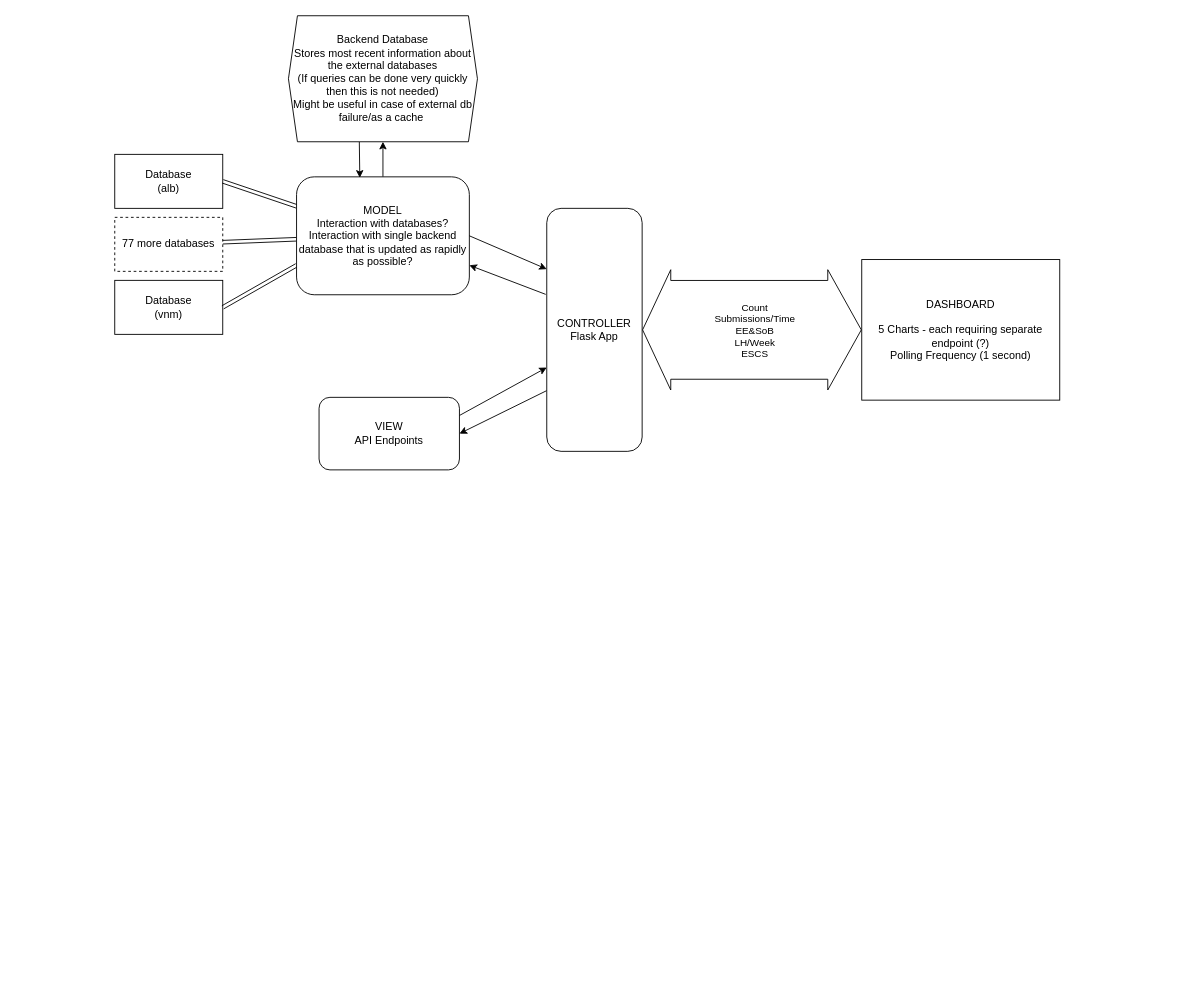
Above: PISA Backend.drawio in PKilgarriff/flask-example (draw.io), before the change. Source tidied: cells renumbered, new cells numbered last; positions are measured from the earlier drawing's top-left corner, leaving out a move shared by most shapes. Both pictures are drawn from the tidied source at 90%, with x=0, y=0 at pixel (114, 15).
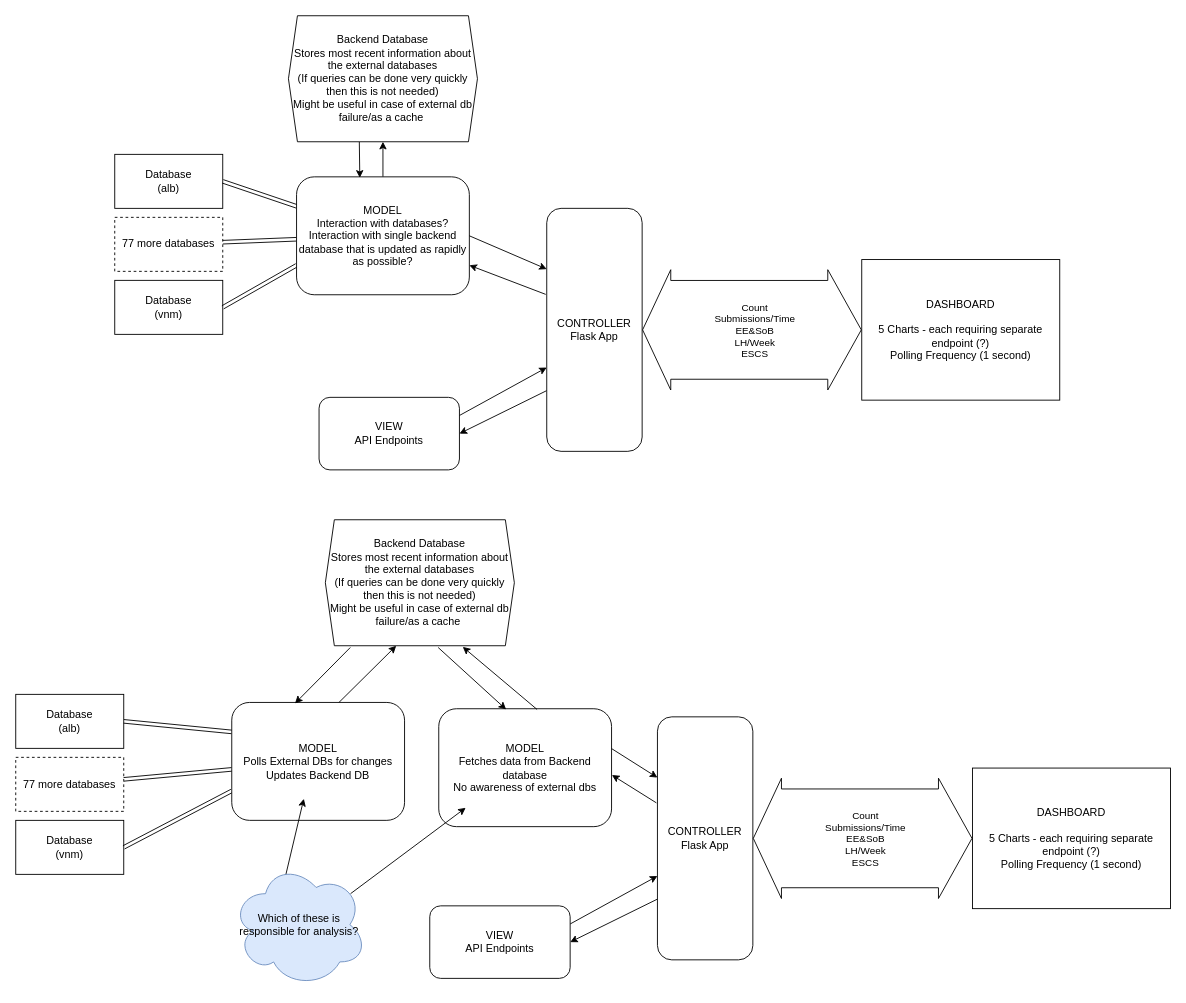
The same page after the edit.

Commit message (it also covers changes not shown here):
Attempt to integrate Jupyter psycopg2 logic

Diff of the diagram source:
```diff
@@
+    <mxCell id="21" value="Database&lt;br&gt;(alb)" style="rounded=0;whiteSpace=wrap;html=1;" parent="1" vertex="1">
+      <mxGeometry x="-110" y="754" width="120" height="60" as="geometry" />
+    </mxCell>
+    <mxCell id="22" value="77 more databases" style="rounded=0;whiteSpace=wrap;html=1;dashed=1;" parent="1" vertex="1">
+      <mxGeometry x="-110" y="824" width="120" height="60" as="geometry" />
+    </mxCell>
+    <mxCell id="23" value="Database&lt;br&gt;(vnm)" style="rounded=0;whiteSpace=wrap;html=1;" parent="1" vertex="1">
+      <mxGeometry x="-110" y="894" width="120" height="60" as="geometry" />
+    </mxCell>
+    <mxCell id="24" style="edgeStyle=none;rounded=0;jettySize=auto;html=1;exitX=1;exitY=0.25;exitDx=0;exitDy=0;entryX=0;entryY=0.655;entryDx=0;entryDy=0;entryPerimeter=0;startArrow=none;startFill=0;" parent="1" edge="1" source="25" target="32">
+      <mxGeometry relative="1" as="geometry" />
+    </mxCell>
+    <mxCell id="25" value="VIEW&lt;br&gt;API Endpoints" style="rounded=1;whiteSpace=wrap;html=1;" parent="1" vertex="1">
+      <mxGeometry x="350" y="989" width="156" height="80.6" as="geometry" />
+    </mxCell>
+    <mxCell id="26" style="rounded=0;jettySize=auto;html=1;entryX=1;entryY=0.5;entryDx=0;entryDy=0;exitX=0;exitY=0.25;exitDx=0;exitDy=0;shape=link;" parent="1" edge="1" source="30" target="21">
+      <mxGeometry relative="1" as="geometry" />
+    </mxCell>
+    <mxCell id="27" style="edgeStyle=none;rounded=0;jettySize=auto;html=1;shape=link;" parent="1" edge="1" source="30" target="22">
+      <mxGeometry relative="1" as="geometry" />
+    </mxCell>
+    <mxCell id="28" style="edgeStyle=none;rounded=0;jettySize=auto;html=1;exitX=0;exitY=0.75;exitDx=0;exitDy=0;entryX=1;entryY=0.5;entryDx=0;entryDy=0;shape=link;" parent="1" edge="1" source="30" target="23">
+      <mxGeometry relative="1" as="geometry" />
+    </mxCell>
+    <mxCell id="29" style="edgeStyle=none;rounded=0;jettySize=auto;html=1;entryX=0.375;entryY=1;entryDx=0;entryDy=0;startArrow=none;startFill=0;exitX=0.617;exitY=0.005;exitDx=0;exitDy=0;exitPerimeter=0;" parent="1" edge="1" source="30" target="39">
+      <mxGeometry relative="1" as="geometry" />
+    </mxCell>
+    <mxCell id="30" value="MODEL&lt;br&gt;Polls External DBs for changes&lt;br&gt;Updates Backend DB&lt;br&gt;" style="rounded=1;whiteSpace=wrap;html=1;" parent="1" vertex="1">
+      <mxGeometry x="130" y="763" width="192" height="131" as="geometry" />
+    </mxCell>
+    <mxCell id="31" style="edgeStyle=none;rounded=0;jettySize=auto;html=1;exitX=0;exitY=0.75;exitDx=0;exitDy=0;startArrow=none;startFill=0;entryX=1;entryY=0.5;entryDx=0;entryDy=0;" parent="1" edge="1" source="32" target="25">
+      <mxGeometry relative="1" as="geometry" />
+    </mxCell>
+    <mxCell id="32" value="CONTROLLER&lt;br&gt;Flask App" style="rounded=1;whiteSpace=wrap;html=1;" parent="1" vertex="1">
+      <mxGeometry x="603" y="779" width="106" height="270" as="geometry" />
+    </mxCell>
+    <mxCell id="33" value="DASHBOARD&lt;br&gt;&lt;br&gt;5 Charts - each requiring separate endpoint (?)&lt;br&gt;Polling Frequency (1 second)" style="rounded=0;whiteSpace=wrap;html=1;" parent="1" vertex="1">
+      <mxGeometry x="953" y="835.9" width="220" height="156.2" as="geometry" />
+    </mxCell>
+    <mxCell id="34" style="shape=flexArrow;endArrow=classic;startArrow=classic;html=1;rounded=0;exitX=1;exitY=0.5;exitDx=0;exitDy=0;entryX=0;entryY=0.5;entryDx=0;entryDy=0;width=109.76744186046513;startSize=10.097674418604653;endWidth=22.898864250946453;endSize=12.083720930232559;startWidth=22.898864250946453;" parent="1" edge="1" source="32" target="33">
+      <mxGeometry relative="1" as="geometry" />
+    </mxCell>
+    <mxCell id="35" value="Count&lt;br&gt;Submissions/Time&lt;br&gt;EE&amp;amp;SoB&lt;br&gt;LH/Week&lt;br&gt;ESCS" style="edgeLabel;html=1;align=center;verticalAlign=middle;" parent="34" vertex="1">
+      <mxGeometry x="-0.42" y="19" relative="1" as="geometry">
+        <mxPoint x="53" y="19" as="offset" />
+      </mxGeometry>
+    </mxCell>
+    <mxCell id="36" style="edgeStyle=none;rounded=0;jettySize=auto;html=1;exitX=-0.011;exitY=0.354;exitDx=0;exitDy=0;entryX=1.002;entryY=0.562;entryDx=0;entryDy=0;startArrow=none;startFill=0;exitPerimeter=0;entryPerimeter=0;" parent="1" edge="1" source="32" target="40">
+      <mxGeometry relative="1" as="geometry" />
+    </mxCell>
+    <mxCell id="37" style="edgeStyle=none;rounded=0;jettySize=auto;html=1;exitX=0.998;exitY=0.336;exitDx=0;exitDy=0;startArrow=none;startFill=0;entryX=0;entryY=0.25;entryDx=0;entryDy=0;exitPerimeter=0;" parent="1" edge="1" source="40" target="32">
+      <mxGeometry relative="1" as="geometry" />
+    </mxCell>
+    <mxCell id="38" style="edgeStyle=none;rounded=0;jettySize=auto;html=1;exitX=0.132;exitY=1.014;exitDx=0;exitDy=0;entryX=0.366;entryY=0.008;entryDx=0;entryDy=0;entryPerimeter=0;startArrow=none;startFill=0;exitPerimeter=0;" parent="1" edge="1" source="39" target="30">
+      <mxGeometry relative="1" as="geometry" />
+    </mxCell>
+    <mxCell id="39" value="Backend Database&lt;br&gt;Stores most recent information about the external databases&lt;br&gt;(If queries can be done very quickly then this is not needed)&lt;br&gt;Might be useful in case of external db failure/as a cache&amp;nbsp;" style="shape=hexagon;perimeter=hexagonPerimeter2;whiteSpace=wrap;html=1;fixedSize=1;size=10;" parent="1" vertex="1">
+      <mxGeometry x="234" y="560" width="210" height="140" as="geometry" />
+    </mxCell>
+    <mxCell id="40" value="MODEL&lt;br&gt;Fetches data from Backend database&lt;br&gt;No awareness of external dbs" style="rounded=1;whiteSpace=wrap;html=1;" parent="1" vertex="1">
+      <mxGeometry x="360" y="770" width="192" height="131" as="geometry" />
+    </mxCell>
+    <mxCell id="41" style="edgeStyle=none;rounded=0;jettySize=auto;html=1;entryX=0.727;entryY=1.009;entryDx=0;entryDy=0;startArrow=none;startFill=0;exitX=0.569;exitY=0.006;exitDx=0;exitDy=0;exitPerimeter=0;entryPerimeter=0;" parent="1" edge="1" source="40" target="39">
+      <mxGeometry relative="1" as="geometry" />
+    </mxCell>
+    <mxCell id="42" style="edgeStyle=none;rounded=0;jettySize=auto;html=1;exitX=0.597;exitY=1.014;exitDx=0;exitDy=0;entryX=0.39;entryY=0.006;entryDx=0;entryDy=0;entryPerimeter=0;startArrow=none;startFill=0;exitPerimeter=0;" parent="1" edge="1" source="39" target="40">
+      <mxGeometry relative="1" as="geometry" />
+    </mxCell>
+    <mxCell id="43" style="edgeStyle=none;rounded=0;jettySize=auto;html=1;exitX=0.4;exitY=0.1;exitDx=0;exitDy=0;exitPerimeter=0;entryX=0.417;entryY=0.817;entryDx=0;entryDy=0;entryPerimeter=0;startArrow=none;startFill=0;" parent="1" edge="1" source="45" target="30">
+      <mxGeometry relative="1" as="geometry" />
+    </mxCell>
+    <mxCell id="44" style="edgeStyle=none;rounded=0;jettySize=auto;html=1;exitX=0.88;exitY=0.25;exitDx=0;exitDy=0;exitPerimeter=0;entryX=0.156;entryY=0.84;entryDx=0;entryDy=0;entryPerimeter=0;startArrow=none;startFill=0;" parent="1" edge="1" source="45" target="40">
+      <mxGeometry relative="1" as="geometry" />
+    </mxCell>
+    <mxCell id="45" value="&lt;p style=&quot;line-height: 1.2&quot;&gt;Which of these is responsible for analysis?&lt;/p&gt;" style="ellipse;shape=cloud;whiteSpace=wrap;html=1;fillColor=#dae8fc;strokeColor=#6c8ebf;" parent="1" vertex="1">
+      <mxGeometry x="130" y="941" width="150" height="137.9" as="geometry" />
+    </mxCell>
```
